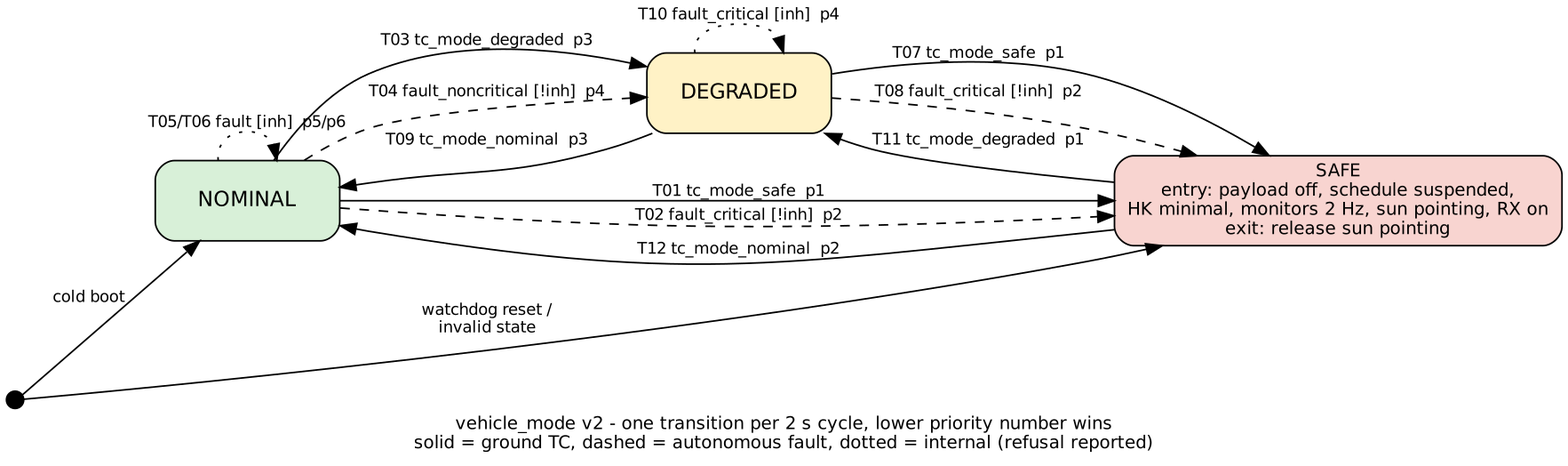
Above: labs/session-06/docs/mode-state-machine.png in Truongtm-2604mJ/flight-sw-truong (Graphviz), before the change. Its source is kept beside it as labs/session-06/docs/mode-state-machine.dot.
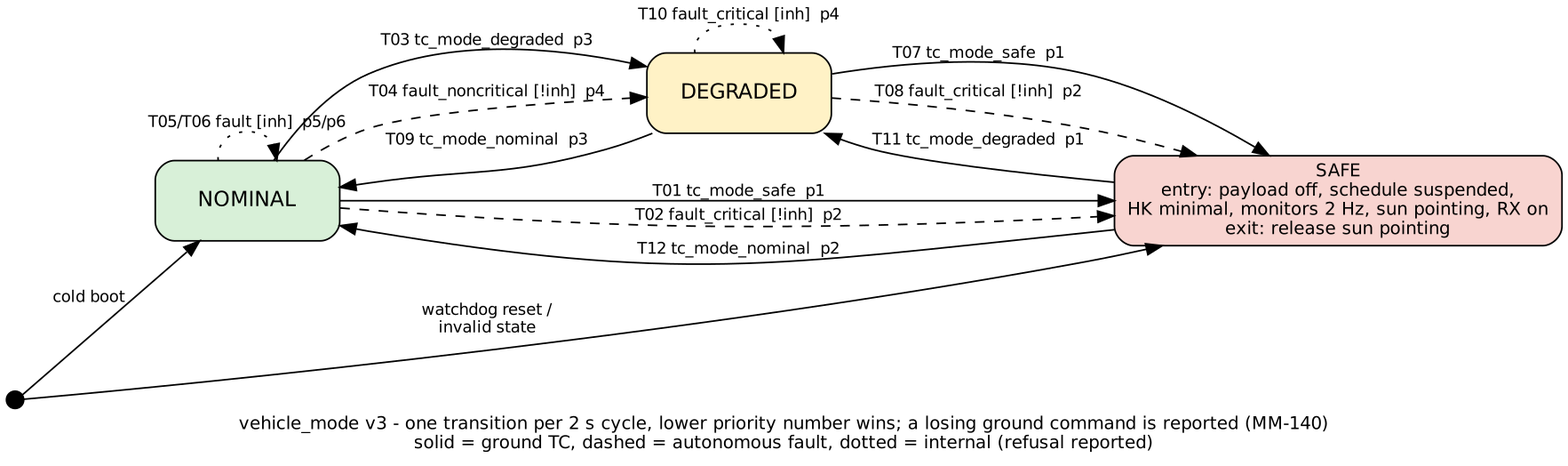
The same diagram one commit later.

The edit, as a diff of the source:
```diff
@@ -1,6 +1,6 @@
 digraph vehicle_mode {
   rankdir=LR; fontname="Helvetica"; bgcolor="white";
-  label="vehicle_mode v2 - one transition per 2 s cycle, lower priority number wins\nsolid = ground TC, dashed = autonomous fault, dotted = internal (refusal reported)";
+  label="vehicle_mode v3 - one transition per 2 s cycle, lower priority number wins; a losing ground command is reported (MM-140)\nsolid = ground TC, dashed = autonomous fault, dotted = internal (refusal reported)";
   labelloc=b; fontsize=11;
   node [shape=box, style="rounded,filled", fontname="Helvetica", fontsize=13, width=1.6, height=0.7];
   edge [fontname="Helvetica", fontsize=10];
```
